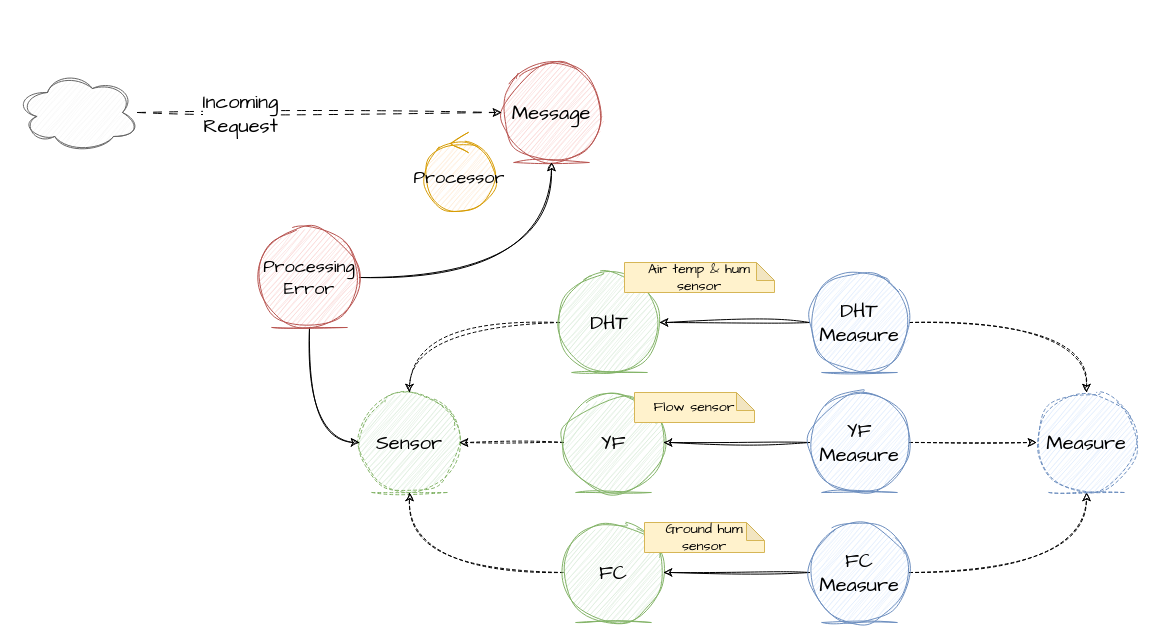
This is docs/ceres.drawio from alexrcas/ceres, a draw.io file, before an edit. Source tidied: cells renumbered, new cells numbered last; positions are measured from the earlier drawing's top-left corner, leaving out a move shared by most shapes. Both pictures are drawn from the tidied source at 100%, with x=0, y=0 at pixel (17, 62).
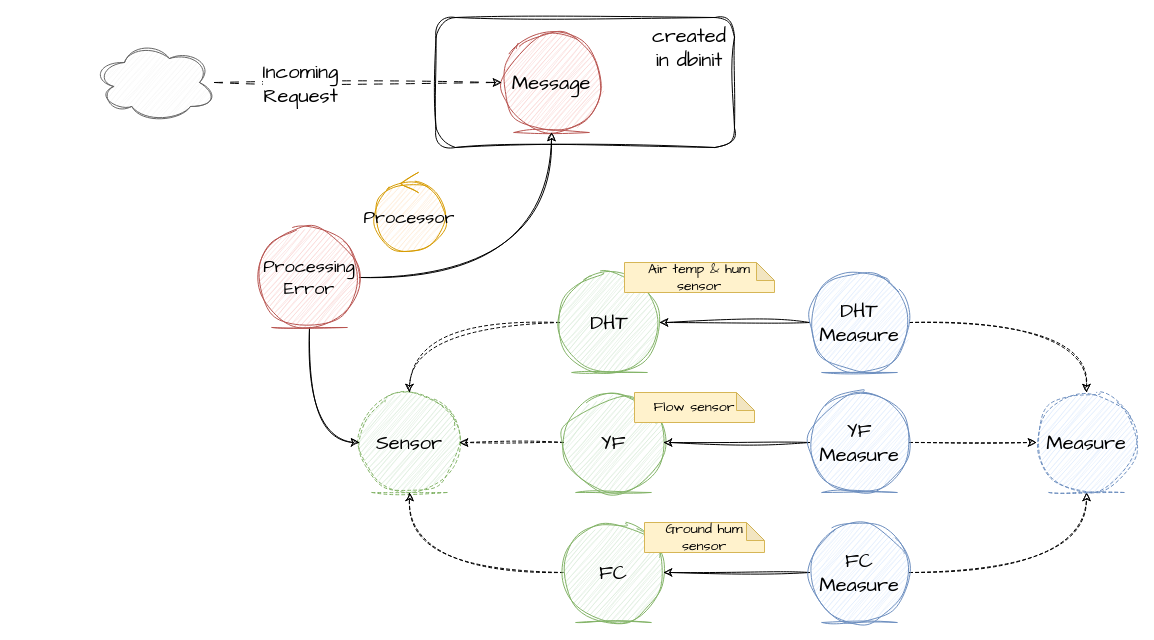
After the change.

Change to the diagram source:
```diff
@@
+    <mxCell id="30" style="rounded=1;whiteSpace=wrap;html=1;sketch=1;hachureGap=4;jiggle=2;curveFitting=1;fontFamily=Architects Daughter;fontSize=20;" parent="1" vertex="1">
+      <mxGeometry x="418.5" y="-45" width="298.5" height="130" as="geometry" />
+    </mxCell>
     <mxCell id="2" value="Message" style="ellipse;shape=umlEntity;whiteSpace=wrap;html=1;sketch=1;hachureGap=4;jiggle=2;curveFitting=1;fontFamily=Architects Daughter;fontSize=20;fillColor=#f8cecc;strokeColor=#b85450;" parent="1" vertex="1">
-      <mxGeometry x="484" width="100" height="100" as="geometry" />
+      <mxGeometry x="484" y="-30" width="100" height="100" as="geometry" />
     </mxCell>
@@
     <mxCell id="26" value="Processor" style="ellipse;shape=umlControl;whiteSpace=wrap;html=1;sketch=1;hachureGap=4;jiggle=2;curveFitting=1;fontFamily=Architects Daughter;fontSize=18;fillColor=#ffe6cc;strokeColor=#d79b00;" parent="1" vertex="1">
-      <mxGeometry x="407" y="70" width="70" height="80" as="geometry" />
+      <mxGeometry x="357" y="110" width="70" height="80" as="geometry" />
     </mxCell>
@@
     <mxCell id="29" style="ellipse;shape=cloud;whiteSpace=wrap;html=1;hachureGap=4;fontFamily=Architects Daughter;fontSize=20;fillColor=#f5f5f5;strokeColor=#666666;fontColor=#333333;sketch=1;curveFitting=1;jiggle=2;" parent="1" vertex="1">
-      <mxGeometry y="10" width="120" height="80" as="geometry" />
+      <mxGeometry x="77" y="-20" width="120" height="80" as="geometry" />
     </mxCell>
+    <mxCell id="31" value="created&lt;br&gt;in dbinit" style="text;html=1;strokeColor=none;fillColor=none;align=center;verticalAlign=middle;whiteSpace=wrap;rounded=0;fontSize=20;fontFamily=Architects Daughter;" parent="1" vertex="1">
+      <mxGeometry x="642" y="-30" width="60" height="30" as="geometry" />
+    </mxCell>
```
